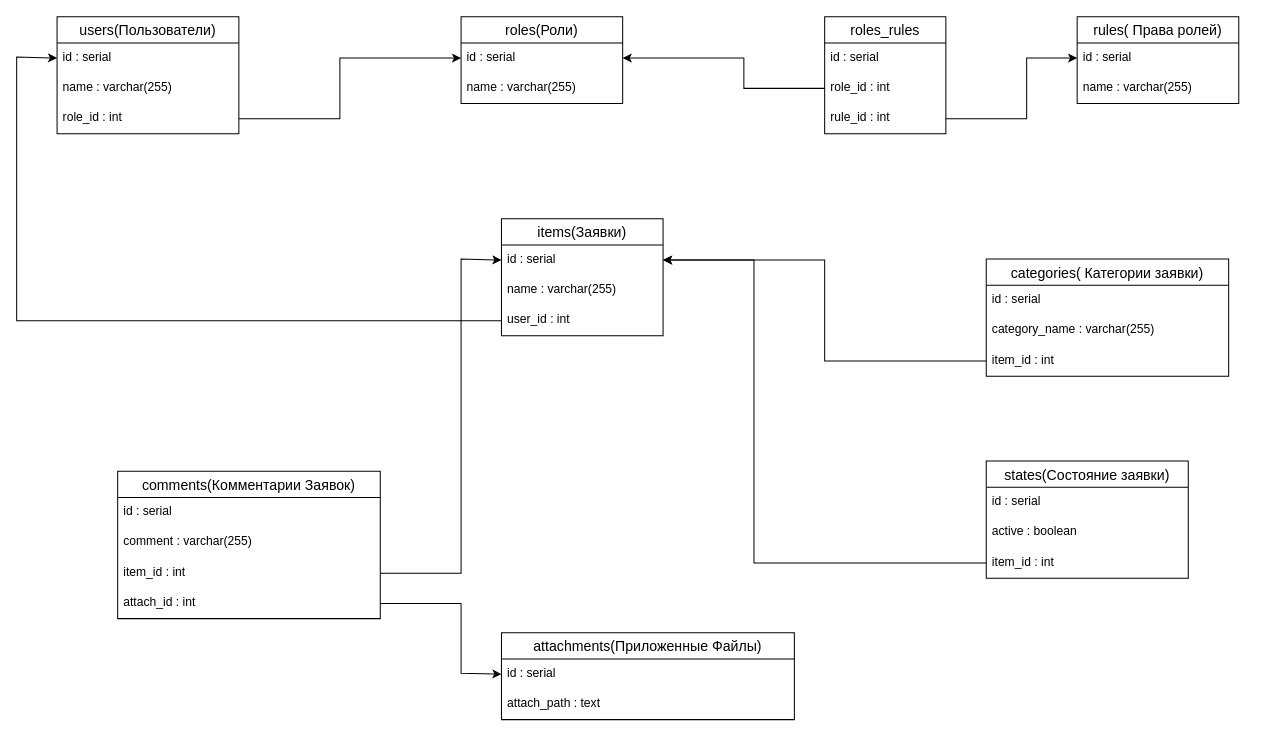
This is data/sql/1. The scheme of the rights of users and roles/1. Схема прав пользователи и роли.drawio from divergenny/job4j_design, a draw.io file, before an edit. Source tidied: cells renumbered, new cells numbered last; positions are measured from the earlier drawing's top-left corner, leaving out a move shared by most shapes. Both pictures are drawn from the tidied source at 101%, with x=0, y=0 at pixel (16, 16).
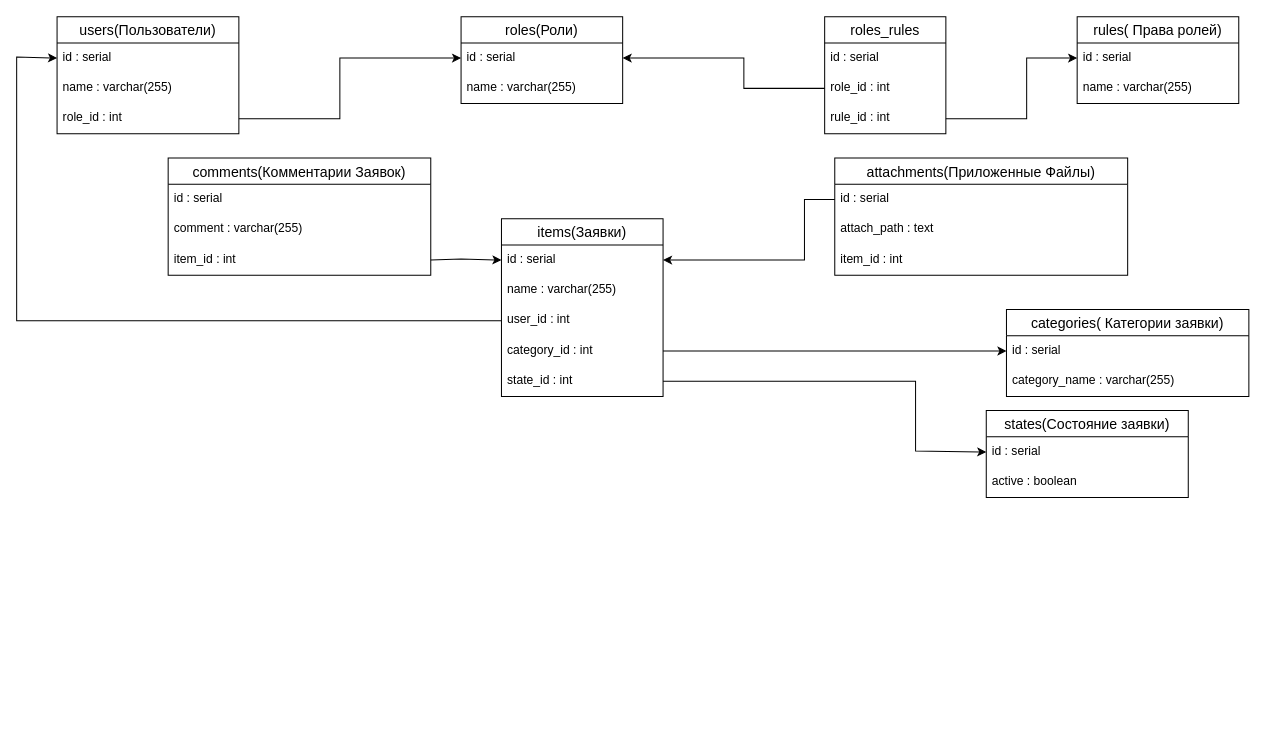
The same page after the edit.

Commit message (it also covers changes not shown here):
1. Схема прав пользователи и роли. fix: built correct relationships between tables and fix insertion and creation of tables

The change refers to these unchanged cells:
```xml
<mxCell id="13" value="id : serial" style="text;strokeColor=none;fillColor=none;spacingLeft=4;spacingRight=4;overflow=hidden;points=[[0,0.5],[1,0.5]];portConstraint=eastwest;fontSize=12;" parent="12" vertex="1">
  <mxGeometry y="26" width="160" height="30" as="geometry" />
</mxCell>
<mxCell id="19" value="item_id : int" style="text;strokeColor=none;fillColor=none;spacingLeft=4;spacingRight=4;overflow=hidden;points=[[0,0.5],[1,0.5]];portConstraint=eastwest;fontSize=12;" parent="16" vertex="1">
  <mxGeometry y="86" width="260" height="30" as="geometry" />
</mxCell>
<mxCell id="22" value="id : serial" style="text;strokeColor=none;fillColor=none;spacingLeft=4;spacingRight=4;overflow=hidden;points=[[0,0.5],[1,0.5]];portConstraint=eastwest;fontSize=12;" parent="21" vertex="1">
  <mxGeometry y="26" width="240" height="30" as="geometry" />
</mxCell>
<mxCell id="26" value="id : serial" style="text;strokeColor=none;fillColor=none;spacingLeft=4;spacingRight=4;overflow=hidden;points=[[0,0.5],[1,0.5]];portConstraint=eastwest;fontSize=12;" parent="25" vertex="1">
  <mxGeometry y="26" width="290" height="30" as="geometry" />
</mxCell>
<mxCell id="29" value="id : serial" style="text;strokeColor=none;fillColor=none;spacingLeft=4;spacingRight=4;overflow=hidden;points=[[0,0.5],[1,0.5]];portConstraint=eastwest;fontSize=12;" parent="28" vertex="1">
  <mxGeometry y="26" width="200" height="30" as="geometry" />
</mxCell>
```

Change to the diagram source:
```diff
@@
     <mxCell id="12" value="items(Заявки)" style="swimlane;fontStyle=0;horizontal=1;startSize=26;align=center;fontSize=14;" parent="1" vertex="1">
-      <mxGeometry x="480" y="200" width="160" height="116" as="geometry" />
+      <mxGeometry x="480" y="200" width="160" height="176" as="geometry" />
     </mxCell>
@@
+    <mxCell id="44" value="category_id : int" style="text;strokeColor=none;fillColor=none;spacingLeft=4;spacingRight=4;overflow=hidden;points=[[0,0.5],[1,0.5]];portConstraint=eastwest;fontSize=12;" parent="12" vertex="1">
+      <mxGeometry y="116" width="160" height="30" as="geometry" />
+    </mxCell>
+    <mxCell id="45" value="state_id : int" style="text;strokeColor=none;fillColor=none;spacingLeft=4;spacingRight=4;overflow=hidden;points=[[0,0.5],[1,0.5]];portConstraint=eastwest;fontSize=12;" parent="12" vertex="1">
+      <mxGeometry y="146" width="160" height="30" as="geometry" />
+    </mxCell>
     <mxCell id="16" value="comments(Комментарии Заявок)" style="swimlane;fontStyle=0;horizontal=1;startSize=26;align=center;fontSize=14;" parent="1" vertex="1">
-      <mxGeometry x="100" y="450" width="260" height="146" as="geometry" />
+      <mxGeometry x="150" y="140" width="260" height="116" as="geometry" />
     </mxCell>
@@
-    <mxCell id="20" value="attach_id : int" style="text;strokeColor=none;fillColor=none;spacingLeft=4;spacingRight=4;overflow=hidden;points=[[0,0.5],[1,0.5]];portConstraint=eastwest;fontSize=12;" parent="16" vertex="1">
-      <mxGeometry y="116" width="260" height="30" as="geometry" />
-    </mxCell>
     <mxCell id="21" value="categories( Категории заявки)" style="swimlane;fontStyle=0;horizontal=1;startSize=26;align=center;fontSize=14;" parent="1" vertex="1">
-      <mxGeometry x="960" y="240" width="240" height="116" as="geometry" />
+      <mxGeometry x="980" y="290" width="240" height="86" as="geometry" />
     </mxCell>
@@
-    <mxCell id="24" value="item_id : int" style="text;strokeColor=none;fillColor=none;spacingLeft=4;spacingRight=4;overflow=hidden;points=[[0,0.5],[1,0.5]];portConstraint=eastwest;fontSize=12;" parent="21" vertex="1">
-      <mxGeometry y="86" width="240" height="30" as="geometry" />
-    </mxCell>
     <mxCell id="25" value="attachments(Приложенные Файлы)" style="swimlane;fontStyle=0;horizontal=1;startSize=26;align=center;fontSize=14;" parent="1" vertex="1">
-      <mxGeometry x="480" y="610" width="290" height="86" as="geometry" />
+      <mxGeometry x="810" y="140" width="290" height="116" as="geometry" />
     </mxCell>
@@
+    <mxCell id="46" value="item_id : int" style="text;strokeColor=none;fillColor=none;spacingLeft=4;spacingRight=4;overflow=hidden;fontSize=12;" parent="25" vertex="1">
+      <mxGeometry y="86" width="290" height="30" as="geometry" />
+    </mxCell>
     <mxCell id="28" value="states(Состояние заявки)" style="swimlane;fontStyle=0;horizontal=1;startSize=26;align=center;fontSize=14;" parent="1" vertex="1">
-      <mxGeometry x="960" y="440" width="200" height="116" as="geometry" />
+      <mxGeometry x="960" y="390" width="200" height="86" as="geometry" />
     </mxCell>
@@
-    <mxCell id="31" value="item_id : int" style="text;strokeColor=none;fillColor=none;spacingLeft=4;spacingRight=4;overflow=hidden;points=[[0,0.5],[1,0.5]];portConstraint=eastwest;fontSize=12;" parent="28" vertex="1">
-      <mxGeometry y="86" width="200" height="30" as="geometry" />
-    </mxCell>
@@
     <mxCell id="39" style="endArrow=classic;html=1;rounded=0;exitX=1;exitY=0.5;exitDx=0;exitDy=0;entryX=0;entryY=0.5;entryDx=0;entryDy=0;" parent="1" edge="1" source="19" target="13">
       <mxGeometry relative="1" as="geometry">
         <Array as="points">
-          <mxPoint x="440" y="551" />
           <mxPoint x="440" y="240" />
         </Array>
       </mxGeometry>
     </mxCell>
-    <mxCell id="40" style="endArrow=classic;html=1;rounded=0;exitX=1;exitY=0.5;exitDx=0;exitDy=0;entryX=0;entryY=0.5;entryDx=0;entryDy=0;" parent="1" edge="1" source="20" target="26">
+    <mxCell id="40" style="endArrow=classic;html=1;rounded=0;entryX=1;entryY=0.5;entryDx=0;entryDy=0;exitX=0;exitY=0.5;exitDx=0;exitDy=0;" parent="1" edge="1" source="26" target="13">
       <mxGeometry relative="1" as="geometry">
         <Array as="points">
-          <mxPoint x="440" y="581" />
-          <mxPoint x="440" y="650" />
+          <mxPoint x="780" y="181" />
+          <mxPoint x="780" y="241" />
         </Array>
       </mxGeometry>
     </mxCell>
@@
-    <mxCell id="42" style="edgeStyle=orthogonalEdgeStyle;rounded=0;jettySize=auto;html=1;entryX=1;entryY=0.5;entryDx=0;entryDy=0;exitX=0;exitY=0.5;exitDx=0;exitDy=0;" parent="1" edge="1" source="24" target="13">
+    <mxCell id="42" style="edgeStyle=orthogonalEdgeStyle;rounded=0;jettySize=auto;html=1;exitX=1;exitY=0.5;exitDx=0;exitDy=0;entryX=0;entryY=0.5;entryDx=0;entryDy=0;" parent="1" edge="1" source="44" target="22">
       <mxGeometry relative="1" as="geometry" />
     </mxCell>
-    <mxCell id="43" style="edgeStyle=orthogonalEdgeStyle;rounded=0;jettySize=auto;html=1;entryX=1;entryY=0.5;entryDx=0;entryDy=0;" parent="1" edge="1" source="31" target="13">
+    <mxCell id="43" style="edgeStyle=orthogonalEdgeStyle;rounded=0;jettySize=auto;html=1;entryX=0;entryY=0.5;entryDx=0;entryDy=0;exitX=1;exitY=0.5;exitDx=0;exitDy=0;" parent="1" edge="1" source="45" target="29">
       <mxGeometry relative="1" as="geometry">
         <Array as="points">
-          <mxPoint x="730" y="541" />
-          <mxPoint x="730" y="241" />
+          <mxPoint x="890" y="361" />
+          <mxPoint x="890" y="430" />
+          <mxPoint x="960" y="430" />
         </Array>
       </mxGeometry>
     </mxCell>
```
